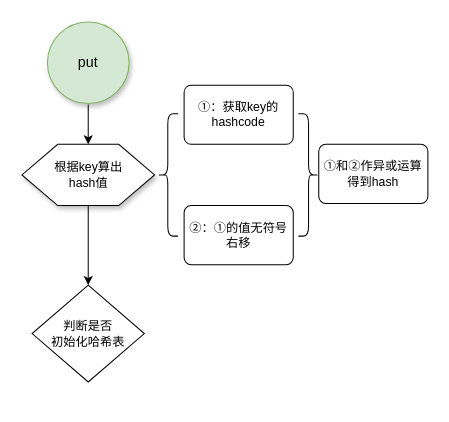
The draw.io diagram typora/JavaSE/6 集合/drawio/HashMap/put过程1.8.drawio in LDChing0321/JavaLearn, before the edit. Source tidied: cells renumbered, new cells numbered last; positions are measured from the earlier drawing's top-left corner, leaving out a move shared by most shapes. Both pictures are drawn from the tidied source at 102%, with x=0, y=0 at pixel (21, 21).
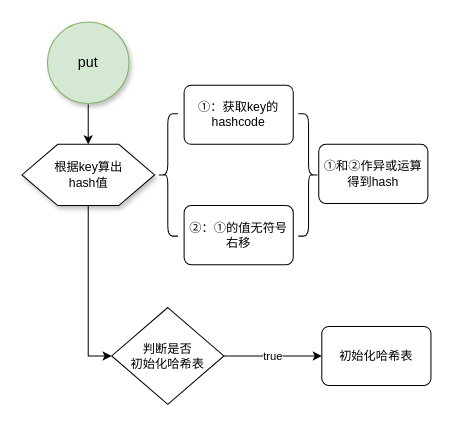
The same diagram, later.

What changed in the source:
```diff
@@
 <mxGraphModel>
   <root>
     <mxCell id="0" />
     <mxCell id="1" parent="0" />
     <mxCell id="2" style="edgeStyle=orthogonalEdgeStyle;rounded=0;jettySize=auto;html=1;fontSize=12;fontColor=#000000;strokeColor=#000000;" parent="1" edge="1" source="3" target="5">
       <mxGeometry relative="1" as="geometry" />
     </mxCell>
     <mxCell id="3" value="&lt;font style=&quot;font-size: 14px;&quot;&gt;put&lt;/font&gt;" style="strokeWidth=1;html=1;shape=mxgraph.flowchart.start_2;whiteSpace=wrap;labelBorderColor=none;strokeColor=#82b366;perimeterSpacing=1;fillColor=#d5e8d4;shadow=1;fontSize=14;" parent="1" vertex="1">
       <mxGeometry x="25" width="80" height="80" as="geometry" />
     </mxCell>
-    <mxCell id="4" style="edgeStyle=orthogonalEdgeStyle;rounded=0;jettySize=auto;html=1;" parent="1" edge="1" source="5" target="11">
+    <mxCell id="4" style="edgeStyle=orthogonalEdgeStyle;rounded=0;jettySize=auto;html=1;entryX=0;entryY=0.5;entryDx=0;entryDy=0;entryPerimeter=0;" parent="1" edge="1" source="5" target="11">
       <mxGeometry relative="1" as="geometry" />
     </mxCell>
     <mxCell id="5" value="根据key算出&lt;br&gt;hash值" style="verticalLabelPosition=middle;verticalAlign=middle;html=1;shape=hexagon;perimeter=hexagonPerimeter2;arcSize=6;size=0.27;shadow=1;labelBorderColor=none;fontSize=12;strokeColor=default;strokeWidth=1;gradientColor=none;labelPosition=center;align=center;" parent="1" vertex="1">
       <mxGeometry y="120" width="130" height="60" as="geometry" />
     </mxCell>
     <mxCell id="6" style="shape=curlyBracket;whiteSpace=wrap;html=1;rounded=1;" parent="1" vertex="1">
       <mxGeometry x="133" y="90" width="20" height="120" as="geometry" />
     </mxCell>
     <mxCell id="7" value="①：获取key的hashcode" style="rounded=1;whiteSpace=wrap;html=1;absoluteArcSize=1;arcSize=14;strokeWidth=1;" parent="1" vertex="1">
       <mxGeometry x="159" y="62" width="107" height="58" as="geometry" />
     </mxCell>
     <mxCell id="8" value="②：①的值无符号右移" style="rounded=1;whiteSpace=wrap;html=1;absoluteArcSize=1;arcSize=14;strokeWidth=1;" parent="1" vertex="1">
       <mxGeometry x="159" y="180" width="107" height="58" as="geometry" />
     </mxCell>
     <mxCell id="9" style="shape=curlyBracket;whiteSpace=wrap;html=1;rounded=1;flipH=1;strokeWidth=1;" parent="1" vertex="1">
       <mxGeometry x="271" y="90" width="20" height="120" as="geometry" />
     </mxCell>
     <mxCell id="10" value="①和②作异或运算得到hash" style="rounded=1;whiteSpace=wrap;html=1;absoluteArcSize=1;arcSize=14;strokeWidth=1;" parent="1" vertex="1">
       <mxGeometry x="291" y="120" width="107" height="58" as="geometry" />
     </mxCell>
+    <mxCell id="12" style="edgeStyle=orthogonalEdgeStyle;rounded=0;jettySize=auto;html=1;exitX=1;exitY=0.5;exitDx=0;exitDy=0;exitPerimeter=0;entryX=0;entryY=0.5;entryDx=0;entryDy=0;" parent="1" edge="1" source="11" target="14">
+      <mxGeometry relative="1" as="geometry" />
+    </mxCell>
+    <mxCell id="13" value="true" style="edgeLabel;html=1;align=center;verticalAlign=middle;" parent="12" vertex="1">
+      <mxGeometry x="0.31" relative="1" as="geometry">
+        <mxPoint x="-16" as="offset" />
+      </mxGeometry>
+    </mxCell>
     <mxCell id="11" value="判断是否&lt;br&gt;初始化哈希表" style="strokeWidth=1;html=1;shape=mxgraph.flowchart.decision;whiteSpace=wrap;" parent="1" vertex="1">
-      <mxGeometry x="10" y="258" width="110" height="95" as="geometry" />
+      <mxGeometry x="88" y="280" width="110" height="95" as="geometry" />
     </mxCell>
+    <mxCell id="14" value="初始化哈希表" style="rounded=1;whiteSpace=wrap;html=1;absoluteArcSize=1;arcSize=14;strokeWidth=1;" parent="1" vertex="1">
+      <mxGeometry x="294" y="298.5" width="107" height="58" as="geometry" />
+    </mxCell>
   </root>
 </mxGraphModel>
```
